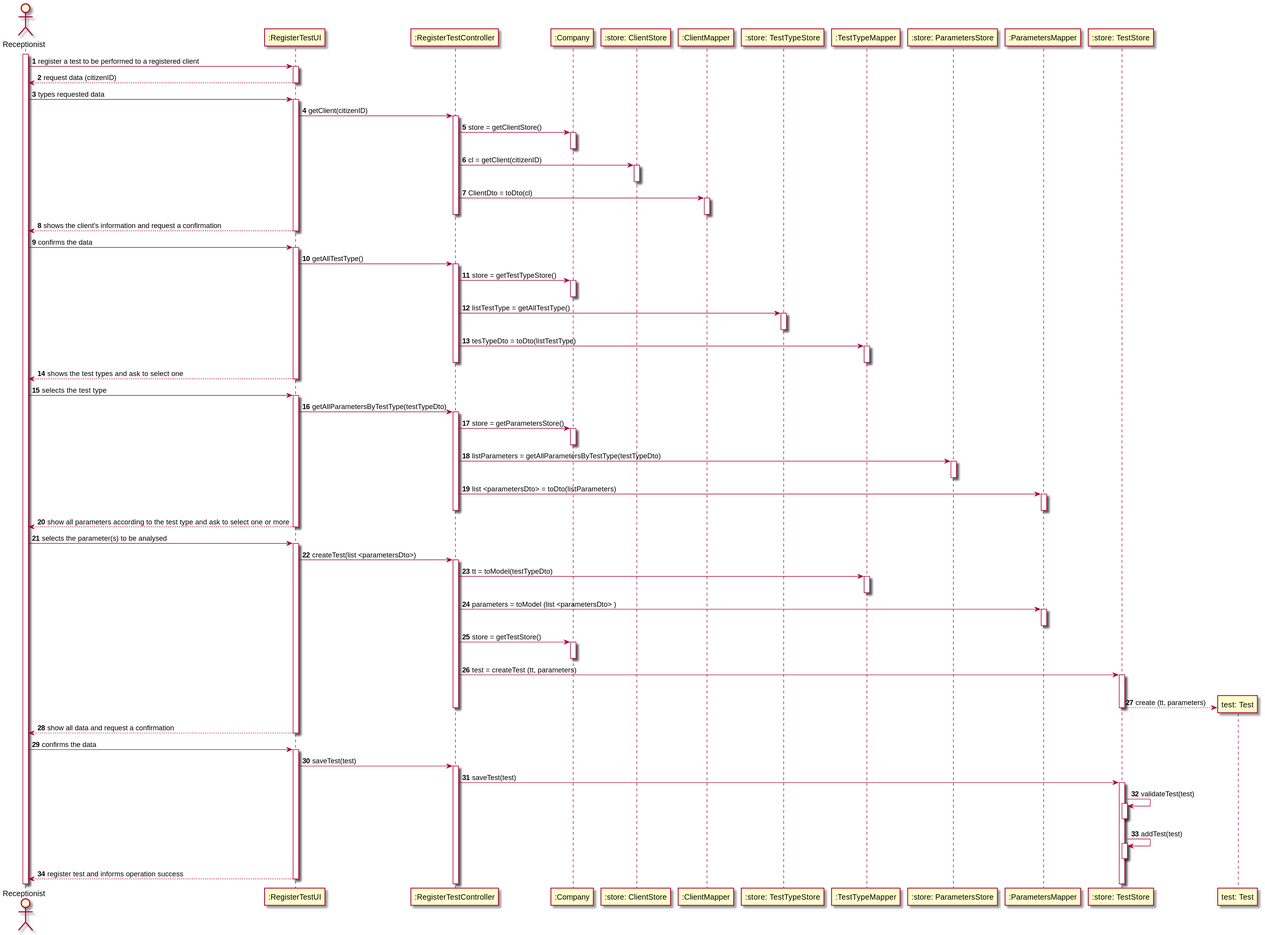
This is docs/SprintC/US04/US04-SD.svg from 0franciscor/lei-21-s2-1de-g19, a PlantUML export, as it was before one commit.
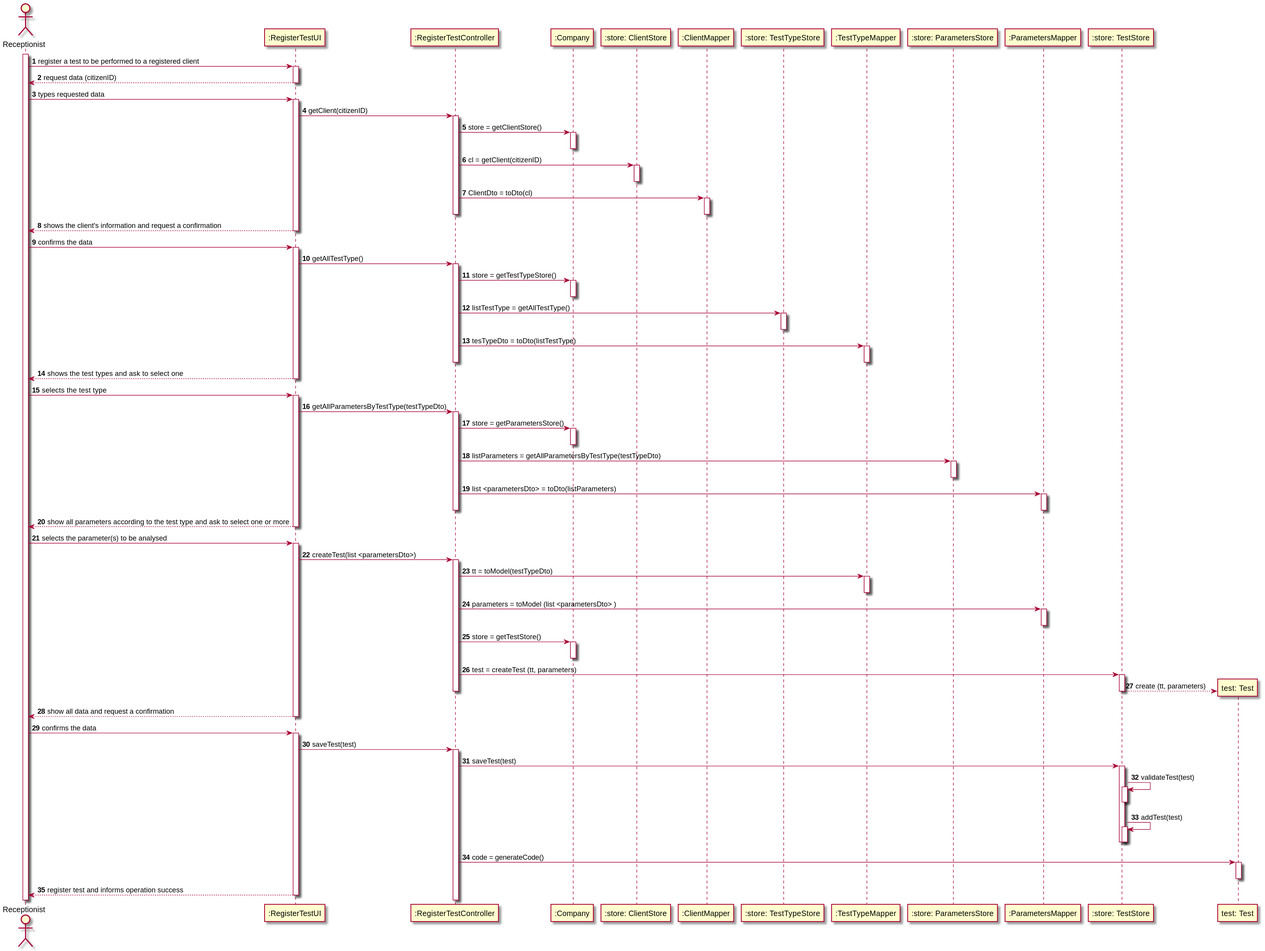
Later version of the same file.

Change to the diagram source:
```diff
@@ -116,9 +116,8 @@
 ":RegisterTestController" -> ":store: TestStore" ++: test = createTest (tt, parameters)
 
 create "test: Test"
-deactivate "test: Test"
 
-":store: TestStore" --> "test: Test" ++: create (tt, parameters)
+":store: TestStore" --> "test: Test" : create (tt, parameters)
 deactivate ":store: TestStore"
 deactivate ":RegisterTestController"
 
@@ -132,7 +131,10 @@
 
 activate ":RegisterTestController"
 
-":RegisterTestController" -> ":store: TestStore" ++: saveTest(test)
+":RegisterTestController" -> ":store: TestStore" : saveTest(test)
+
+activate ":store: TestStore"
+
 ":store: TestStore" -> ":store: TestStore": validateTest(test)
 activate ":store: TestStore"
 deactivate ":store: TestStore"
@@ -140,6 +142,13 @@
 activate ":store: TestStore"
 deactivate ":store: TestStore"
 
+deactivate ":store: TestStore"
+
+":RegisterTestController" -> "test: Test" : code = generateCode()
+
+activate "test: Test"
+deactivate "test: Test"
+
 
 ":RegisterTestUI" --> R: register test and informs operation success
 deactivate ":RegisterTestUI"
```
